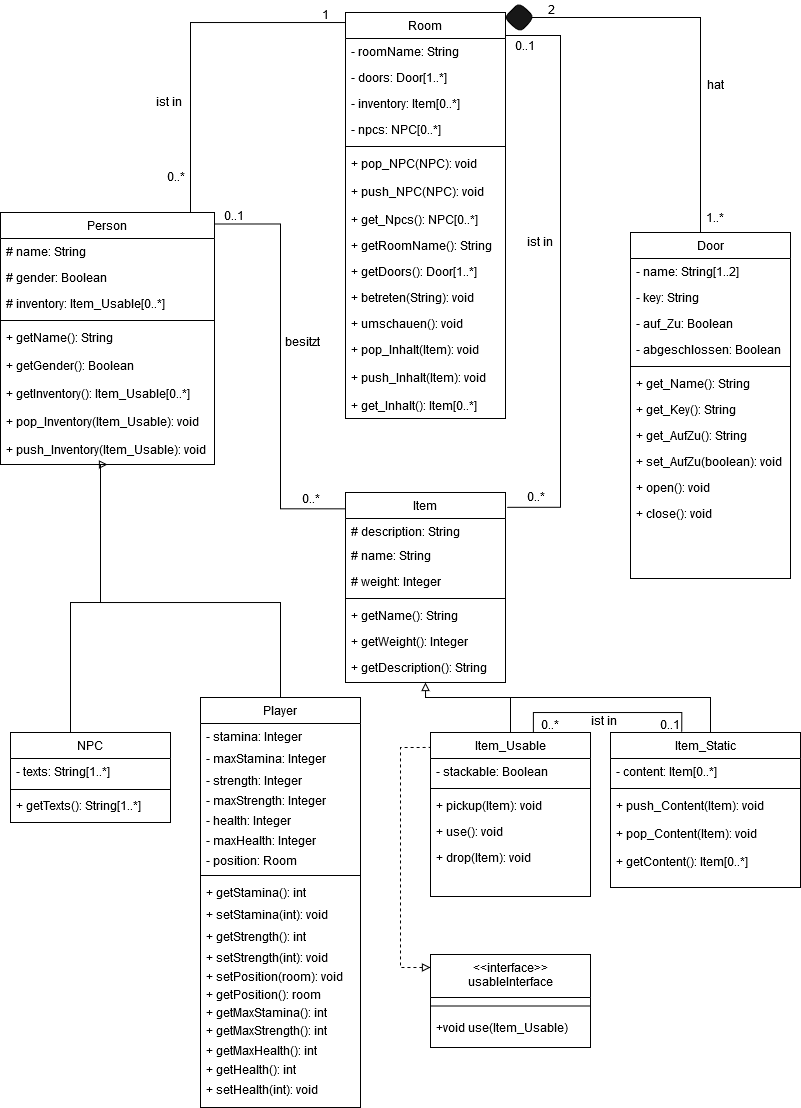
Elegond/AE-Text-Adventure keeps this draw.io diagram as Klassendiagram.png. Above is the earlier version. Source tidied: cells renumbered, new cells last; positions are measured from the earlier drawing's top-left corner, leaving out a move shared by most shapes.
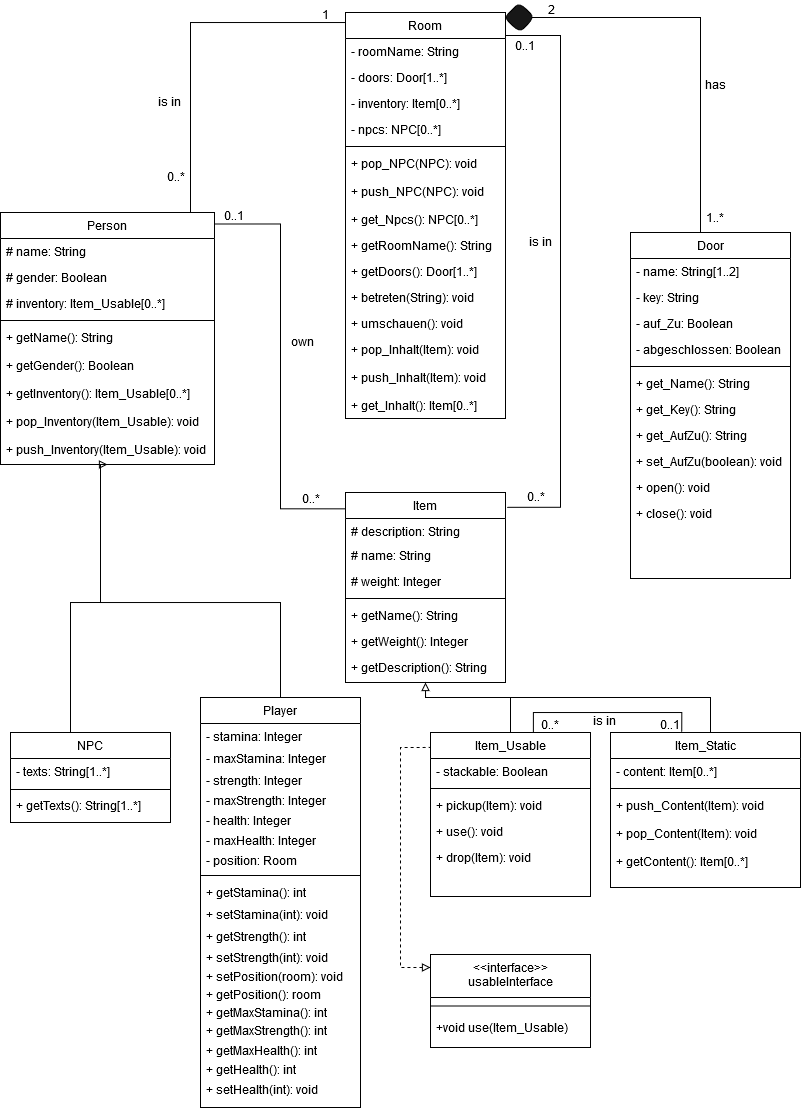
After the change.

What changed in the source:
```diff
@@ -235,10 +235,10 @@
     <mxCell id="68" value="1..*" style="text;html=1;strokeColor=none;fillColor=none;align=center;verticalAlign=middle;whiteSpace=wrap;rounded=0;" parent="1" vertex="1">
       <mxGeometry x="695" y="208" width="40" height="17" as="geometry" />
     </mxCell>
-    <mxCell id="69" value="hat" style="text;html=1;strokeColor=none;fillColor=none;align=center;verticalAlign=middle;whiteSpace=wrap;rounded=0;" parent="1" vertex="1">
+    <mxCell id="69" value="has" style="text;html=1;strokeColor=none;fillColor=none;align=center;verticalAlign=middle;whiteSpace=wrap;rounded=0;" parent="1" vertex="1">
       <mxGeometry x="695" y="75" width="40" height="17" as="geometry" />
     </mxCell>
-    <mxCell id="70" value="besitzt" style="text;html=1;strokeColor=none;fillColor=none;align=center;verticalAlign=middle;whiteSpace=wrap;rounded=0;" parent="1" vertex="1">
+    <mxCell id="70" value="own" style="text;html=1;strokeColor=none;fillColor=none;align=center;verticalAlign=middle;whiteSpace=wrap;rounded=0;" parent="1" vertex="1">
       <mxGeometry x="282" y="332" width="40" height="17" as="geometry" />
     </mxCell>
     <mxCell id="71" value="1" style="text;html=1;strokeColor=none;fillColor=none;align=center;verticalAlign=middle;whiteSpace=wrap;rounded=0;" parent="1" vertex="1">
@@ -247,7 +247,7 @@
     <mxCell id="72" value="0..*" style="text;html=1;strokeColor=none;fillColor=none;align=center;verticalAlign=middle;whiteSpace=wrap;rounded=0;" parent="1" vertex="1">
       <mxGeometry x="156" y="167" width="40" height="17" as="geometry" />
     </mxCell>
-    <mxCell id="73" value="ist in" style="text;html=1;strokeColor=none;fillColor=none;align=center;verticalAlign=middle;whiteSpace=wrap;rounded=0;" parent="1" vertex="1">
+    <mxCell id="73" value="is in" style="text;html=1;strokeColor=none;fillColor=none;align=center;verticalAlign=middle;whiteSpace=wrap;rounded=0;" parent="1" vertex="1">
       <mxGeometry x="520" y="232" width="40" height="17" as="geometry" />
     </mxCell>
     <mxCell id="74" value="0..1" style="text;html=1;strokeColor=none;fillColor=none;align=center;verticalAlign=middle;whiteSpace=wrap;rounded=0;" parent="1" vertex="1">
@@ -256,7 +256,7 @@
     <mxCell id="75" value="0..*" style="text;html=1;strokeColor=none;fillColor=none;align=center;verticalAlign=middle;whiteSpace=wrap;rounded=0;" parent="1" vertex="1">
       <mxGeometry x="291" y="489" width="40" height="17" as="geometry" />
     </mxCell>
-    <mxCell id="76" value="ist in" style="text;html=1;strokeColor=none;fillColor=none;align=center;verticalAlign=middle;whiteSpace=wrap;rounded=0;" parent="1" vertex="1">
+    <mxCell id="76" value="is in" style="text;html=1;strokeColor=none;fillColor=none;align=center;verticalAlign=middle;whiteSpace=wrap;rounded=0;" parent="1" vertex="1">
       <mxGeometry x="149" y="92" width="40" height="17" as="geometry" />
     </mxCell>
     <mxCell id="77" value="0..*" style="text;html=1;strokeColor=none;fillColor=none;align=center;verticalAlign=middle;whiteSpace=wrap;rounded=0;" parent="1" vertex="1">
@@ -298,7 +298,7 @@
         </Array>
       </mxGeometry>
     </mxCell>
-    <mxCell id="85" value="ist in" style="text;html=1;strokeColor=none;fillColor=none;align=center;verticalAlign=middle;whiteSpace=wrap;rounded=0;" parent="1" vertex="1">
+    <mxCell id="85" value="is in" style="text;html=1;strokeColor=none;fillColor=none;align=center;verticalAlign=middle;whiteSpace=wrap;rounded=0;" parent="1" vertex="1">
       <mxGeometry x="584" y="712" width="40" height="16" as="geometry" />
     </mxCell>
     <mxCell id="86" value="0..*" style="text;html=1;strokeColor=none;fillColor=none;align=center;verticalAlign=middle;whiteSpace=wrap;rounded=0;" parent="1" vertex="1">
```
